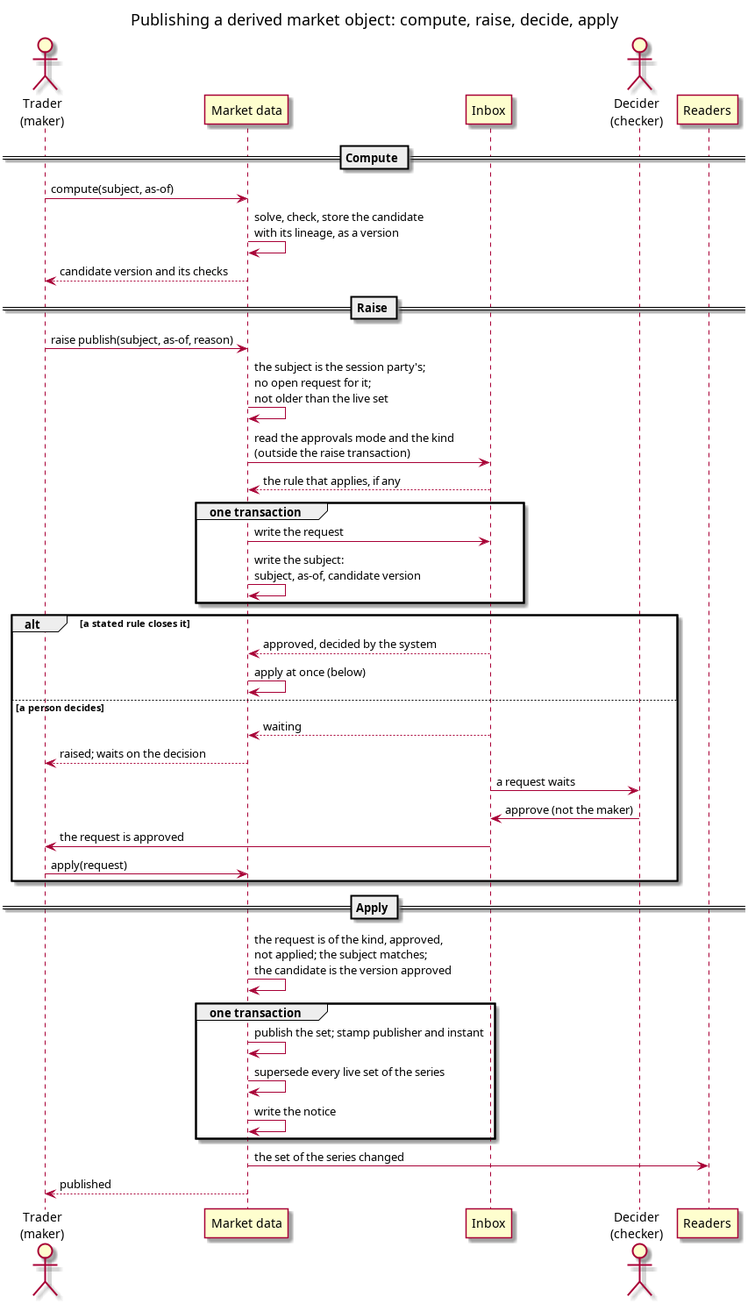
Earlier version of the PlantUML export doc/knowledge/architecture/publish_lifecycle_sequence.png (OreStudio/OreStudio). Its source is kept beside it as doc/knowledge/architecture/publish_lifecycle_sequence.puml. Its diagram source:
```plantuml
@startuml

title Publishing a derived market object: compute, raise, decide, apply

actor "Trader\n(maker)" as maker
participant "Market data" as md
participant "Inbox" as inbox
actor "Decider\n(checker)" as checker
participant "Readers" as readers

== Compute ==
maker -> md : compute(subject, as-of)
md -> md : solve, check, store the candidate\nwith its lineage, as a version
md --> maker : candidate version and its checks

== Raise ==
maker -> md : raise publish(subject, as-of, reason)
md -> md : the subject is the session party's;\nno open request for it;\nnot older than the live set
md -> inbox : read the approvals mode and the kind\n(outside the raise transaction)
inbox --> md : the rule that applies, if any
group one transaction
  md -> inbox : write the request
  md -> md : write the subject:\nsubject, as-of, candidate version
end
alt a stated rule closes it
  inbox --> md : approved, decided by the system
  md -> md : apply at once (below)
else a person decides
  inbox --> md : waiting
  md --> maker : raised; waits on the decision
  inbox -> checker : a request waits
  checker -> inbox : approve (not the maker)
  inbox -> maker : the request is approved
  maker -> md : apply(request)
end

== Apply ==
md -> md : the request is of the kind, approved,\nnot applied; the subject matches;\nthe candidate is the version approved
group one transaction
  md -> md : publish the set; stamp publisher and instant
  md -> md : supersede every live set of the series
  md -> md : write the notice
end
md -> readers : the set of the series changed
md --> maker : published

@enduml
```
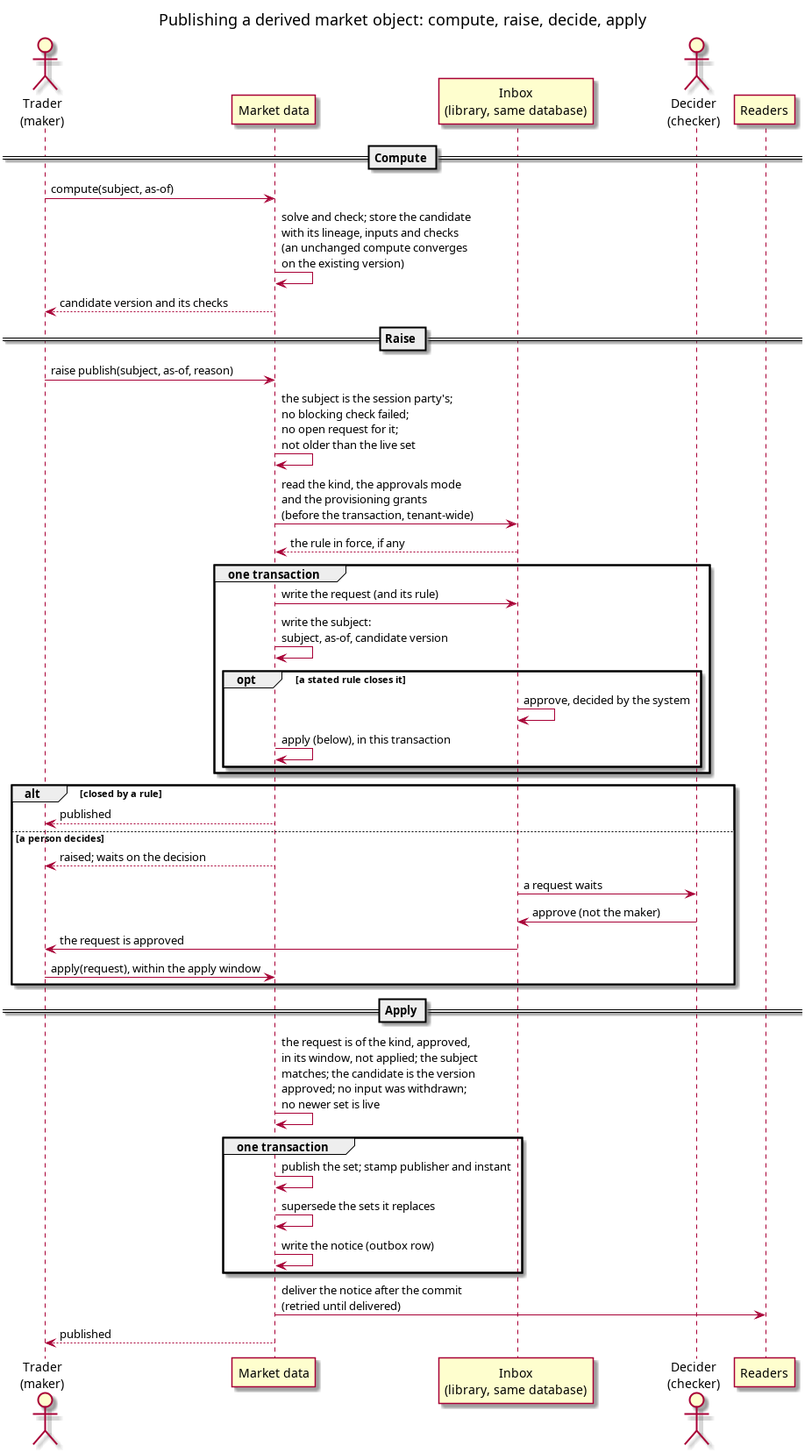
Later version of the same file.

Change to the diagram source:
```diff
@@ -4,44 +4,46 @@
 
 actor "Trader\n(maker)" as maker
 participant "Market data" as md
-participant "Inbox" as inbox
+participant "Inbox\n(library, same database)" as inbox
 actor "Decider\n(checker)" as checker
 participant "Readers" as readers
 
 == Compute ==
 maker -> md : compute(subject, as-of)
-md -> md : solve, check, store the candidate\nwith its lineage, as a version
+md -> md : solve and check; store the candidate\nwith its lineage, inputs and checks\n(an unchanged compute converges\non the existing version)
 md --> maker : candidate version and its checks
 
 == Raise ==
 maker -> md : raise publish(subject, as-of, reason)
-md -> md : the subject is the session party's;\nno open request for it;\nnot older than the live set
-md -> inbox : read the approvals mode and the kind\n(outside the raise transaction)
-inbox --> md : the rule that applies, if any
+md -> md : the subject is the session party's;\nno blocking check failed;\nno open request for it;\nnot older than the live set
+md -> inbox : read the kind, the approvals mode\nand the provisioning grants\n(before the transaction, tenant-wide)
+inbox --> md : the rule in force, if any
 group one transaction
-  md -> inbox : write the request
+  md -> inbox : write the request (and its rule)
   md -> md : write the subject:\nsubject, as-of, candidate version
+  opt a stated rule closes it
+    inbox -> inbox : approve, decided by the system
+    md -> md : apply (below), in this transaction
+  end
 end
-alt a stated rule closes it
-  inbox --> md : approved, decided by the system
-  md -> md : apply at once (below)
+alt closed by a rule
+  md --> maker : published
 else a person decides
-  inbox --> md : waiting
   md --> maker : raised; waits on the decision
   inbox -> checker : a request waits
   checker -> inbox : approve (not the maker)
   inbox -> maker : the request is approved
-  maker -> md : apply(request)
+  maker -> md : apply(request), within the apply window
 end
 
 == Apply ==
-md -> md : the request is of the kind, approved,\nnot applied; the subject matches;\nthe candidate is the version approved
+md -> md : the request is of the kind, approved,\nin its window, not applied; the subject\nmatches; the candidate is the version\napproved; no input was withdrawn;\nno newer set is live
 group one transaction
   md -> md : publish the set; stamp publisher and instant
-  md -> md : supersede every live set of the series
-  md -> md : write the notice
+  md -> md : supersede the sets it replaces
+  md -> md : write the notice (outbox row)
 end
-md -> readers : the set of the series changed
+md -> readers : deliver the notice after the commit\n(retried until delivered)
 md --> maker : published
 
 @enduml
```
